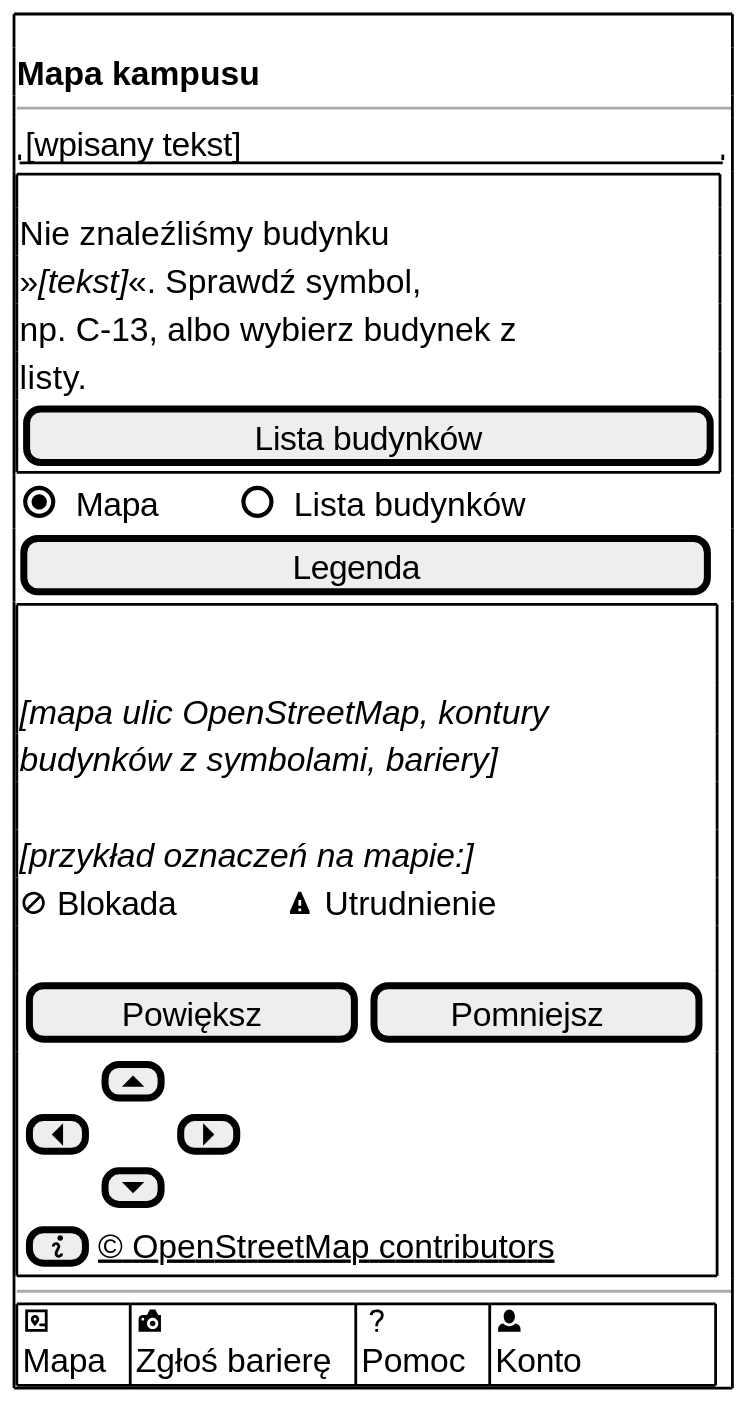
dostepny-kampus/dostepny-kampus keeps this PlantUML diagram as docs/docs/_generated/m-v1-mapa-pusty.svg. Above is the earlier version.
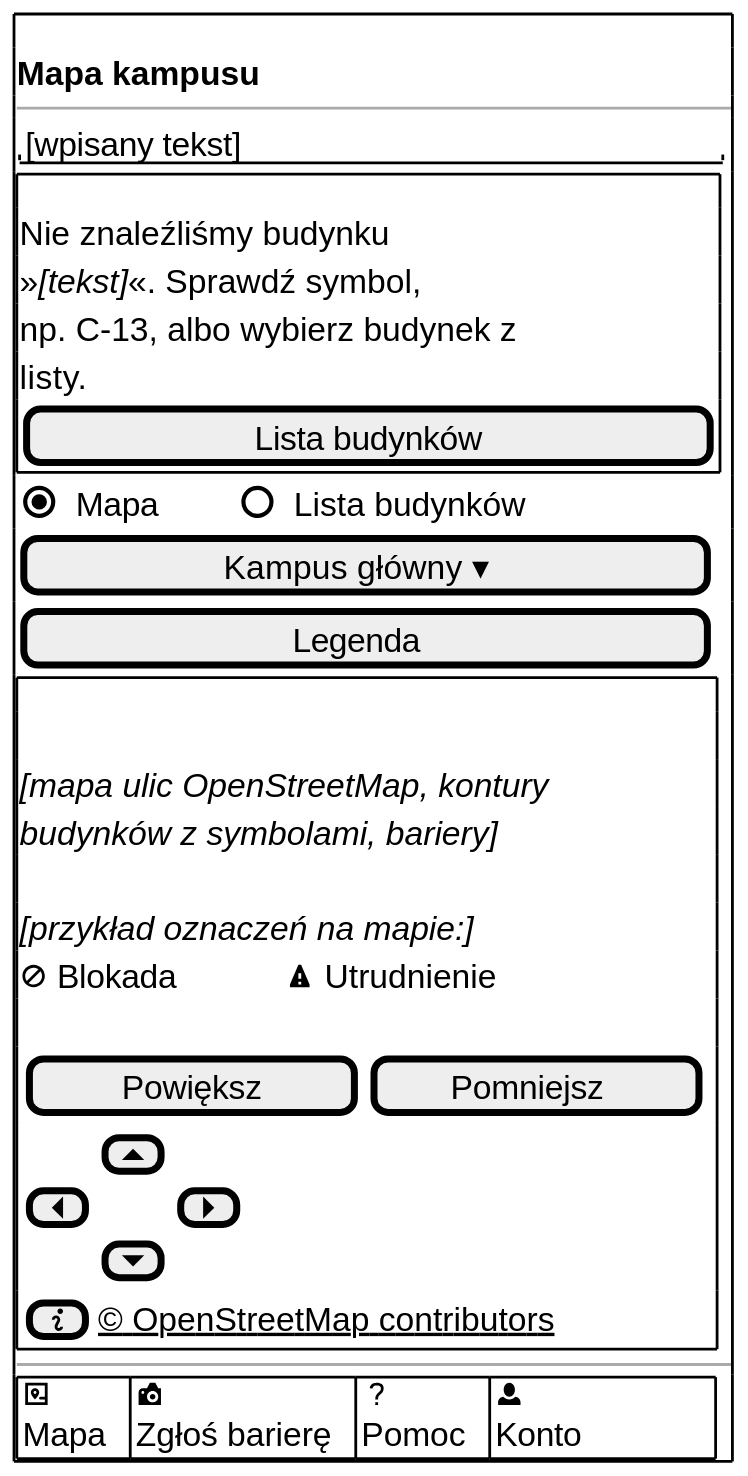
Later version of the same file.

Change to the diagram source:
```diff
@@ -7,6 +7,7 @@
 $pole_tekstowe("[wpisany tekst]")
 $komunikat("Nie znaleźliśmy budynku »<i>[tekst]</i>«. Sprawdź symbol, np. C-13, albo wybierz budynek z listy.", "Lista budynków")
 $przelacznik("Mapa", "Lista budynków", 1)
+$przycisk("Kampus główny ▾")
 $przycisk("Legenda")
 $mapa("mapa ulic OpenStreetMap, kontury budynków z symbolami, bariery", $blokada() + $dk_spacje(6) + $utrudnienie(), "info")
 $pasek_dolny_konto()
```
